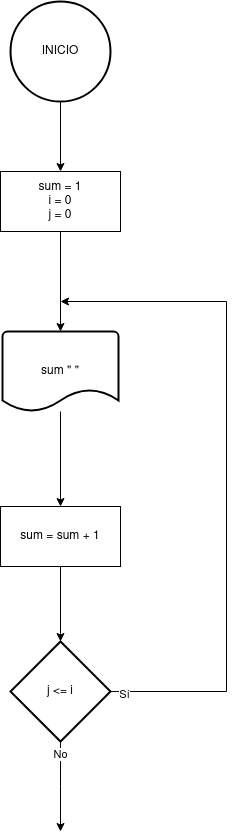
Above: unidad-1/tareas/Tarea3/images/diagrama-tarea3-01.png in mackstm/programacion (draw.io), before the change. Source tidied: cells renumbered, new cells last; positions are measured from the earlier drawing's top-left corner, leaving out a move shared by most shapes.
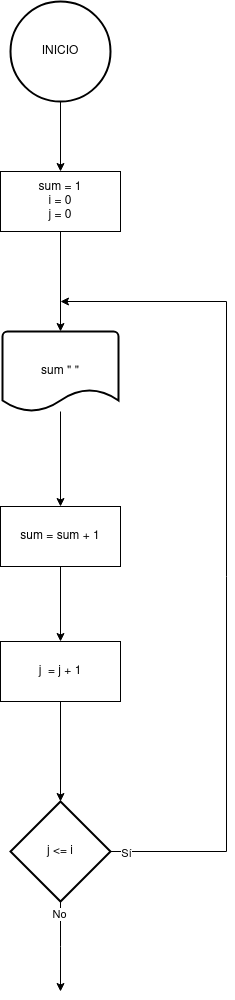
After the commit.

Diff of the diagram source:
```diff
@@ -27,7 +27,7 @@
       <mxGeometry relative="1" as="geometry">
         <mxPoint x="60" y="300" as="targetPoint" />
         <Array as="points">
-          <mxPoint x="226" y="690" />
+          <mxPoint x="226" y="850" />
           <mxPoint x="226" y="300" />
         </Array>
       </mxGeometry>
@@ -37,17 +37,23 @@
     </mxCell>
     <mxCell id="11" style="edgeStyle=orthogonalEdgeStyle;rounded=0;jettySize=auto;html=1;" parent="1" edge="1" source="13">
       <mxGeometry relative="1" as="geometry">
-        <mxPoint x="60" y="830" as="targetPoint" />
+        <mxPoint x="60" y="990" as="targetPoint" />
       </mxGeometry>
     </mxCell>
     <mxCell id="12" value="No" style="edgeLabel;html=1;align=center;verticalAlign=middle;" parent="11" vertex="1">
       <mxGeometry x="-0.73" y="-1" relative="1" as="geometry" />
     </mxCell>
     <mxCell id="13" value="j &amp;lt;= i" style="strokeWidth=2;html=1;shape=mxgraph.flowchart.decision;whiteSpace=wrap;" parent="1" vertex="1">
-      <mxGeometry x="10" y="640" width="100" height="100" as="geometry" />
+      <mxGeometry x="10" y="800" width="100" height="100" as="geometry" />
     </mxCell>
-    <mxCell id="14" style="edgeStyle=orthogonalEdgeStyle;rounded=0;jettySize=auto;html=1;entryX=0.5;entryY=0;entryDx=0;entryDy=0;entryPerimeter=0;exitX=0.5;exitY=1;exitDx=0;exitDy=0;" parent="1" edge="1" source="8" target="13">
+    <mxCell id="14" style="edgeStyle=orthogonalEdgeStyle;rounded=0;jettySize=auto;html=1;entryX=0.5;entryY=0;entryDx=0;entryDy=0;entryPerimeter=0;exitX=0.5;exitY=1;exitDx=0;exitDy=0;" parent="1" edge="1" source="16" target="13">
       <mxGeometry relative="1" as="geometry" />
     </mxCell>
+    <mxCell id="15" style="edgeStyle=orthogonalEdgeStyle;rounded=0;jettySize=auto;html=1;entryX=0.5;entryY=0;entryDx=0;entryDy=0;entryPerimeter=0;exitX=0.5;exitY=1;exitDx=0;exitDy=0;" parent="1" edge="1" source="8" target="16">
+      <mxGeometry relative="1" as="geometry" />
+    </mxCell>
+    <mxCell id="16" value="j&amp;nbsp; = j + 1" style="rounded=0;whiteSpace=wrap;html=1;" parent="1" vertex="1">
+      <mxGeometry y="640" width="120" height="60" as="geometry" />
+    </mxCell>
   </root>
 </mxGraphModel>
```
